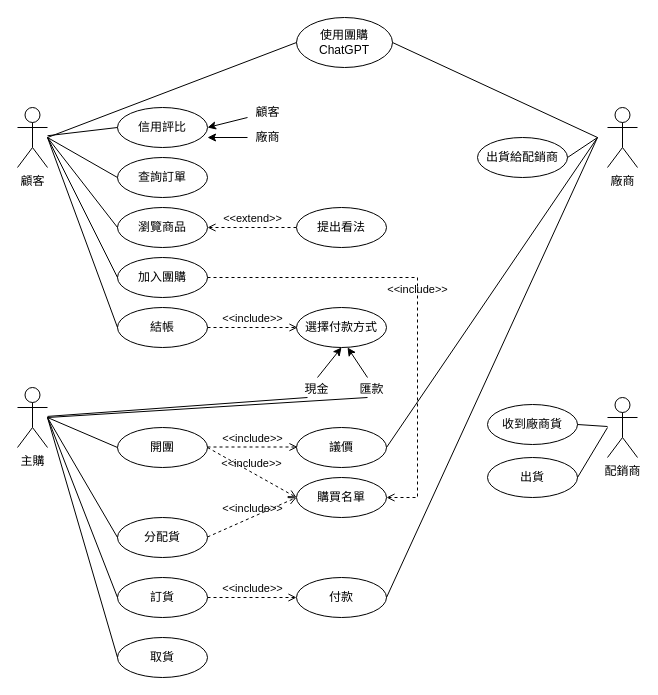
liangyinglly/library-diagram keeps this draw.io diagram as SA_UserCaseDiagram.drawio. Above is the earlier version. Source tidied: cells renumbered, new cells numbered last; positions are measured from the earlier drawing's top-left corner, leaving out a move shared by most shapes. Both pictures are drawn from the tidied source at 100%, with x=0, y=0 at pixel (17, 17).
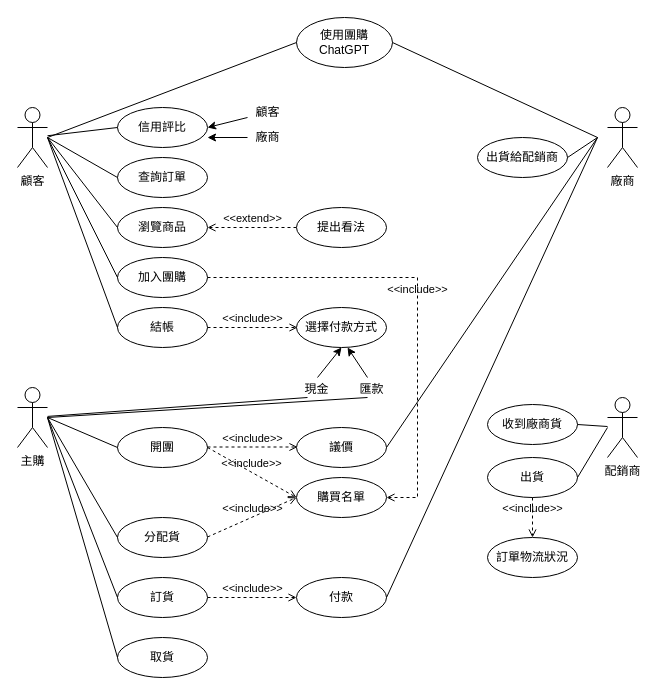
Above is the later version.

The change refers to these unchanged cells:
```xml
<mxCell id="52" value="出貨" style="ellipse;whiteSpace=wrap;html=1;" parent="1" vertex="1">
  <mxGeometry x="470" y="440" width="90" height="40" as="geometry" />
</mxCell>
```

The edit, as a diff of the source:
```diff
@@
+    <mxCell id="57" value="&amp;lt;&amp;lt;include&amp;gt;&amp;gt;" style="html=1;verticalAlign=bottom;labelBackgroundColor=none;endArrow=open;endFill=0;dashed=1;rounded=0;exitX=0.5;exitY=1;exitDx=0;exitDy=0;" parent="1" edge="1" source="52">
+      <mxGeometry relative="1" as="geometry">
+        <mxPoint x="515" y="520" as="targetPoint" />
+      </mxGeometry>
+    </mxCell>
+    <mxCell id="58" value="訂單物流狀況" style="ellipse;whiteSpace=wrap;html=1;" parent="1" vertex="1">
+      <mxGeometry x="470" y="520" width="90" height="40" as="geometry" />
+    </mxCell>
```
